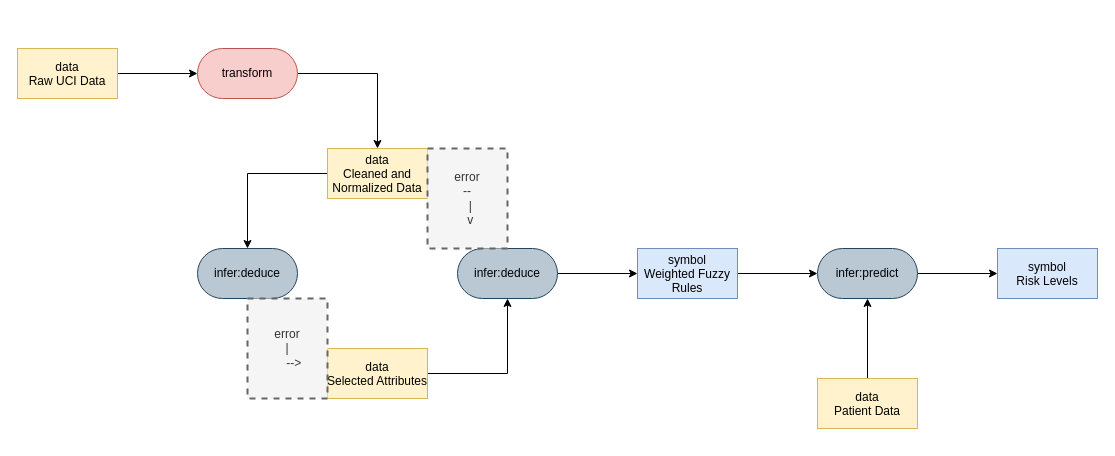
The draw.io diagram medical patterns to boxologies/Rules Embedded in ML architecture (REML)/Clinical decision support system - Risk level prediction of heart disease using weighted fuzzy rules.drawio in zonnesmit/thesis, before the edit. Source tidied: cells renumbered, new cells numbered last; positions are measured from the earlier drawing's top-left corner, leaving out a move shared by most shapes. Both pictures are drawn from the tidied source at 100%, with x=0, y=0 at pixel (17, 48).
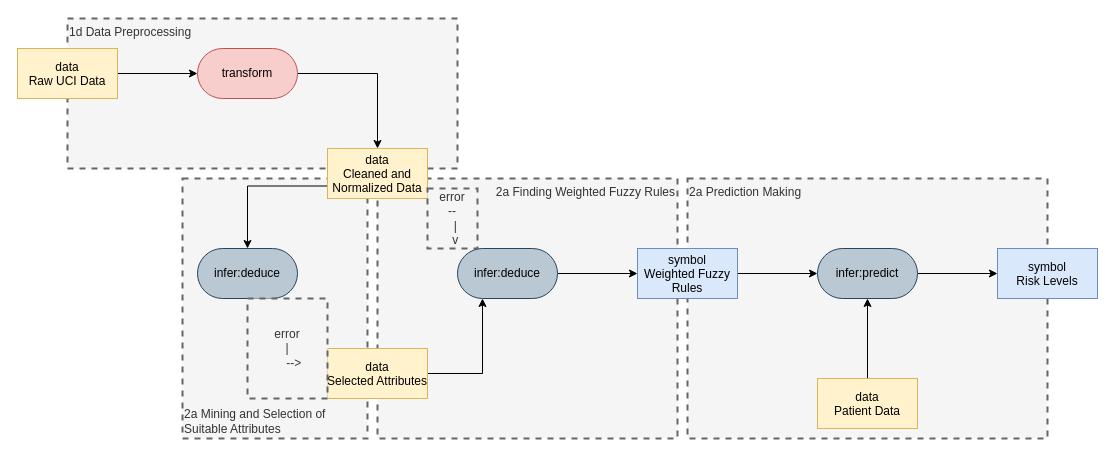
After the change.

The change refers to these unchanged cells:
```xml
<mxCell id="7" value="data&#10;Cleaned and&#10;Normalized Data" style="rectangle;fillColor=#fff2cc;strokeColor=#d6b656;" parent="1" vertex="1">
  <mxGeometry x="310" y="100" width="100" height="50" as="geometry" />
</mxCell>
<mxCell id="8" value="infer:deduce" style="rounded=1;whiteSpace=wrap;html=1;arcSize=50;fillColor=#bac8d3;strokeColor=#23445d;" parent="1" vertex="1">
  <mxGeometry x="180" y="200" width="100" height="50" as="geometry" />
</mxCell>
<mxCell id="10" value="infer:deduce" style="rounded=1;whiteSpace=wrap;html=1;arcSize=50;fillColor=#bac8d3;strokeColor=#23445d;" parent="1" vertex="1">
  <mxGeometry x="440" y="200" width="100" height="50" as="geometry" />
</mxCell>
<mxCell id="13" value="data&#10;Selected Attributes" style="rectangle;fillColor=#fff2cc;strokeColor=#d6b656;" parent="1" vertex="1">
  <mxGeometry x="310" y="300" width="100" height="50" as="geometry" />
</mxCell>
```

Change to the diagram source:
```diff
@@
+    <mxCell id="22" value="2a Prediction Making" style="text;html=1;align=left;verticalAlign=top;whiteSpace=wrap;rounded=0;dashed=1;fillColor=#f5f5f5;fontColor=#333333;strokeColor=#666666;strokeWidth=2;" parent="1" vertex="1">
+      <mxGeometry x="670" y="130" width="360" height="260" as="geometry" />
+    </mxCell>
+    <mxCell id="23" value="2a Finding Weighted Fuzzy Rules" style="text;html=1;align=right;verticalAlign=top;whiteSpace=wrap;rounded=0;dashed=1;fillColor=#f5f5f5;fontColor=#333333;strokeColor=#666666;strokeWidth=2;" parent="1" vertex="1">
+      <mxGeometry x="360" y="130" width="300" height="260" as="geometry" />
+    </mxCell>
+    <mxCell id="24" value="2a Mining and Selection of Suitable Attributes" style="text;html=1;align=left;verticalAlign=bottom;whiteSpace=wrap;rounded=0;dashed=1;fillColor=#f5f5f5;fontColor=#333333;strokeColor=#666666;strokeWidth=2;" parent="1" vertex="1">
+      <mxGeometry x="165" y="130" width="185" height="260" as="geometry" />
+    </mxCell>
+    <mxCell id="25" value="1d Data Preprocessing" style="text;html=1;align=left;verticalAlign=top;whiteSpace=wrap;rounded=0;dashed=1;fillColor=#f5f5f5;fontColor=#333333;strokeColor=#666666;strokeWidth=2;" parent="1" vertex="1">
+      <mxGeometry x="50" y="-30" width="390" height="150" as="geometry" />
+    </mxCell>
@@
-    <mxCell id="6" style="edgeStyle=orthogonalEdgeStyle;rounded=0;jettySize=auto;html=1;exitX=0;exitY=0.5;exitDx=0;exitDy=0;entryX=0.5;entryY=0;entryDx=0;entryDy=0;" parent="1" edge="1" source="7" target="8">
+    <mxCell id="6" style="edgeStyle=orthogonalEdgeStyle;rounded=0;jettySize=auto;html=1;exitX=0;exitY=0.75;exitDx=0;exitDy=0;entryX=0.5;entryY=0;entryDx=0;entryDy=0;" parent="1" edge="1" source="7" target="8">
       <mxGeometry relative="1" as="geometry" />
     </mxCell>
@@
     <mxCell id="11" value="&lt;div&gt;error&lt;/div&gt;&lt;div&gt;--&lt;/div&gt;&lt;div&gt;&amp;nbsp; |&lt;/div&gt;&lt;div&gt;&amp;nbsp; v&lt;/div&gt;" style="text;html=1;align=center;verticalAlign=middle;whiteSpace=wrap;rounded=0;dashed=1;fillColor=#f5f5f5;fontColor=#333333;strokeColor=#666666;strokeWidth=2;" parent="1" vertex="1">
-      <mxGeometry x="410" y="100" width="80" height="100" as="geometry" />
+      <mxGeometry x="410" y="140" width="50" height="60" as="geometry" />
     </mxCell>
-    <mxCell id="12" style="edgeStyle=orthogonalEdgeStyle;rounded=0;jettySize=auto;html=1;exitX=1;exitY=0.5;exitDx=0;exitDy=0;entryX=0.5;entryY=1;entryDx=0;entryDy=0;" parent="1" edge="1" source="13" target="10">
+    <mxCell id="12" style="edgeStyle=orthogonalEdgeStyle;rounded=0;jettySize=auto;html=1;exitX=1;exitY=0.5;exitDx=0;exitDy=0;entryX=0.25;entryY=1;entryDx=0;entryDy=0;" parent="1" edge="1" source="13" target="10">
       <mxGeometry relative="1" as="geometry" />
     </mxCell>
```
